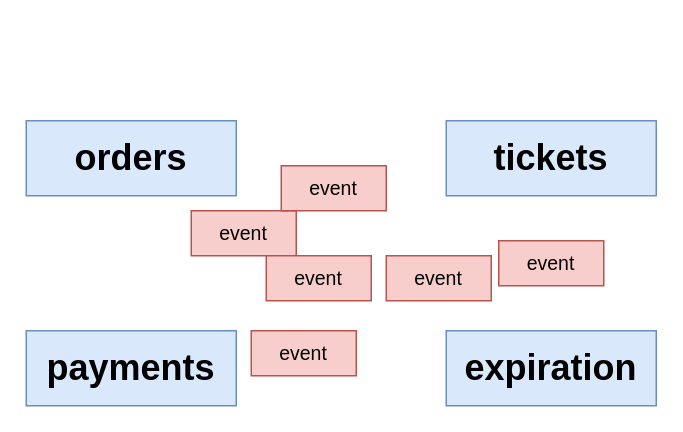
Before: page "01 - orders" (1 of 7) of diagrams/07/01.drawio in HappySuzuki/microservices-cast, a draw.io diagram. Source tidied: cells renumbered, new cells numbered last; positions are measured from the earlier drawing's top-left corner, leaving out a move shared by most shapes. Both pictures are drawn from the tidied source at 150%, with x=0, y=0 at pixel (26, 120).
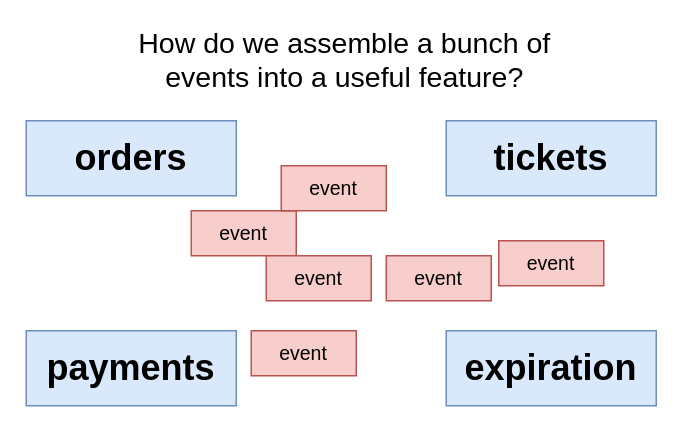
The same diagram, later.

The edit, as a diff of the source:
```diff
@@
 <mxGraphModel>
   <root>
     <mxCell id="0" />
     <mxCell id="1" parent="0" />
     <mxCell id="2" value="orders" style="rounded=0;whiteSpace=wrap;html=1;fontSize=24;align=center;fillColor=#dae8fc;strokeColor=#6c8ebf;fontStyle=1;" parent="1" vertex="1">
       <mxGeometry width="140" height="50" as="geometry" />
     </mxCell>
     <mxCell id="3" value="expiration" style="rounded=0;whiteSpace=wrap;html=1;fontSize=24;align=center;fillColor=#dae8fc;strokeColor=#6c8ebf;fontStyle=1;" parent="1" vertex="1">
       <mxGeometry x="280" y="140" width="140" height="50" as="geometry" />
     </mxCell>
     <mxCell id="4" value="payments" style="rounded=0;whiteSpace=wrap;html=1;fontSize=24;align=center;fillColor=#dae8fc;strokeColor=#6c8ebf;fontStyle=1;" parent="1" vertex="1">
       <mxGeometry y="140" width="140" height="50" as="geometry" />
     </mxCell>
     <mxCell id="5" value="tickets" style="rounded=0;whiteSpace=wrap;html=1;fontSize=24;align=center;fillColor=#dae8fc;strokeColor=#6c8ebf;fontStyle=1;" parent="1" vertex="1">
       <mxGeometry x="280" width="140" height="50" as="geometry" />
     </mxCell>
     <mxCell id="6" value="event" style="rounded=0;whiteSpace=wrap;html=1;fillColor=#f8cecc;strokeColor=#b85450;fontStyle=0;fontSize=13;" parent="1" vertex="1">
       <mxGeometry x="110" y="60" width="70" height="30" as="geometry" />
     </mxCell>
     <mxCell id="7" value="event" style="rounded=0;whiteSpace=wrap;html=1;fillColor=#f8cecc;strokeColor=#b85450;fontStyle=0;fontSize=13;" parent="1" vertex="1">
       <mxGeometry x="160" y="90" width="70" height="30" as="geometry" />
     </mxCell>
     <mxCell id="8" value="event" style="rounded=0;whiteSpace=wrap;html=1;fillColor=#f8cecc;strokeColor=#b85450;fontStyle=0;fontSize=13;" parent="1" vertex="1">
       <mxGeometry x="170" y="30" width="70" height="30" as="geometry" />
     </mxCell>
     <mxCell id="9" value="event" style="rounded=0;whiteSpace=wrap;html=1;fillColor=#f8cecc;strokeColor=#b85450;fontStyle=0;fontSize=13;" parent="1" vertex="1">
       <mxGeometry x="150" y="140" width="70" height="30" as="geometry" />
     </mxCell>
     <mxCell id="10" value="event" style="rounded=0;whiteSpace=wrap;html=1;fillColor=#f8cecc;strokeColor=#b85450;fontStyle=0;fontSize=13;" parent="1" vertex="1">
       <mxGeometry x="315" y="80" width="70" height="30" as="geometry" />
     </mxCell>
     <mxCell id="11" value="event" style="rounded=0;whiteSpace=wrap;html=1;fillColor=#f8cecc;strokeColor=#b85450;fontStyle=0;fontSize=13;" parent="1" vertex="1">
       <mxGeometry x="240" y="90" width="70" height="30" as="geometry" />
     </mxCell>
+    <mxCell id="12" value="How do we assemble a bunch of events into a useful feature?" style="text;html=1;strokeColor=none;fillColor=none;align=center;verticalAlign=middle;whiteSpace=wrap;rounded=0;fontSize=19;fontStyle=0;" parent="1" vertex="1">
+      <mxGeometry x="70" y="-50" width="285" height="20" as="geometry" />
+    </mxCell>
   </root>
 </mxGraphModel>
```
